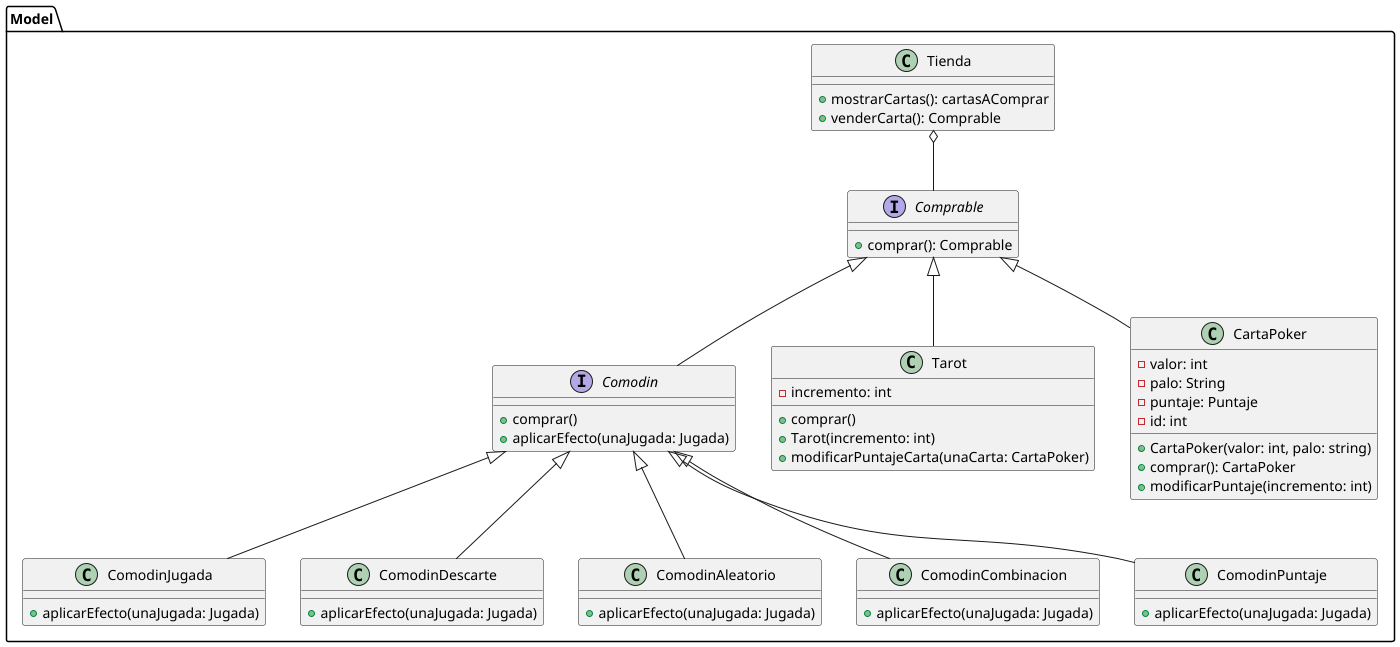
Before: diagrams/classes/clasesBalatro3.png, a diagram exported from PlantUML (carruizdiaz1109/UBAlatro). Its source is kept beside it as diagrams/classes/clasesBalatro3.puml.
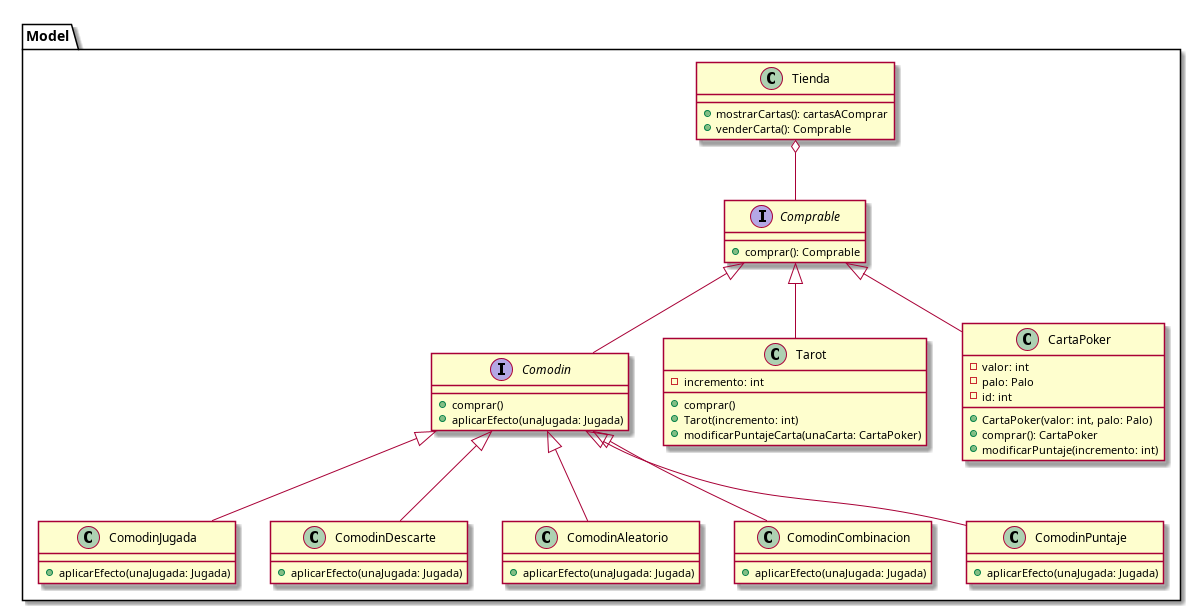
Above is the later version.

The edit, as a diff of the source:
```diff
@@ -41,10 +41,9 @@
 
 class CartaPoker {
     - valor: int
-    - palo: String
-    - puntaje: Puntaje
+    - palo: Palo
     - id: int
-    + CartaPoker(valor: int, palo: string)
+    + CartaPoker(valor: int, palo: Palo)
     + comprar(): CartaPoker
     + modificarPuntaje(incremento: int)
 }
```
